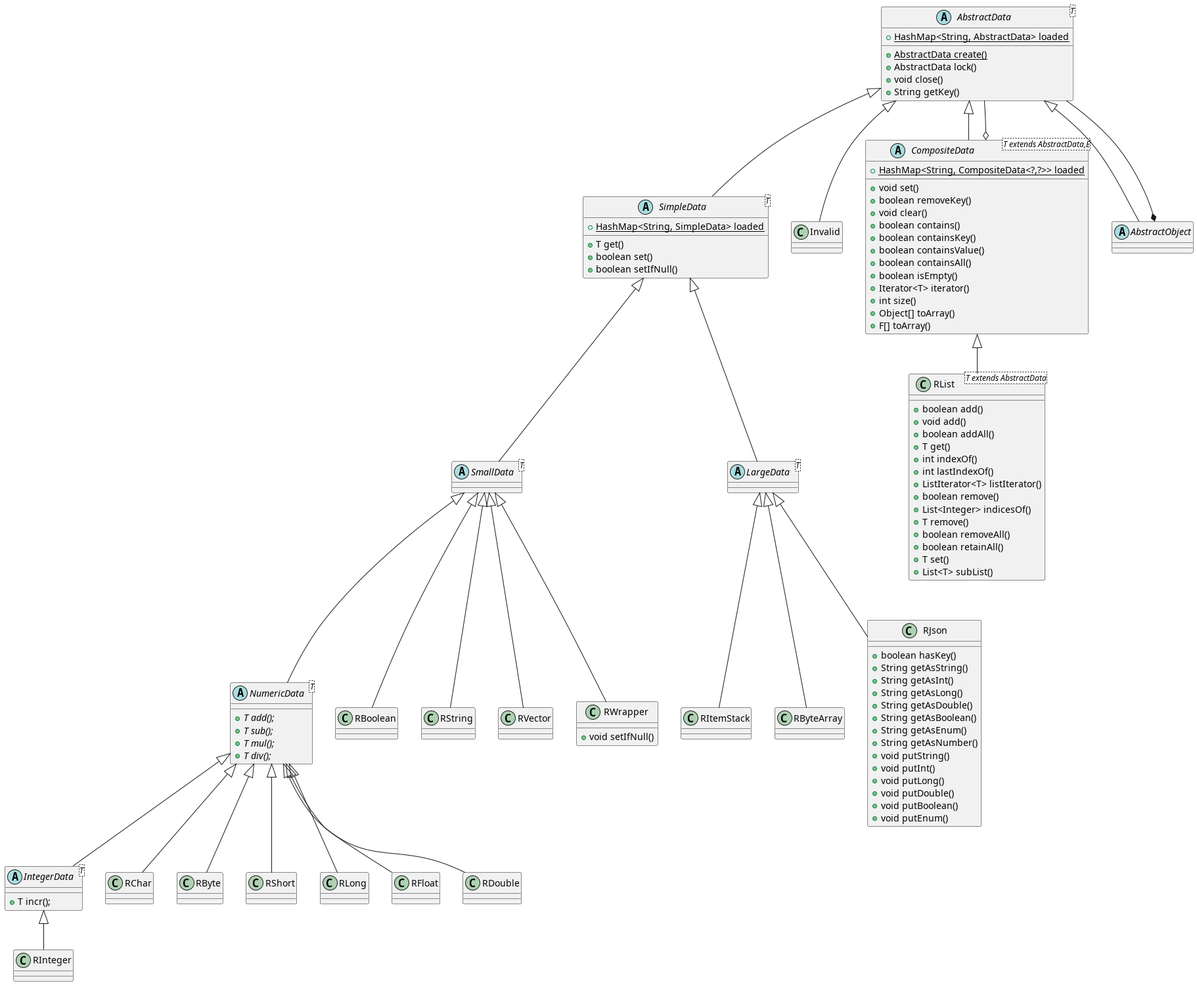
chrisb09/firecord keeps this PlantUML diagram as out/DataTypes/DataType.png. Above is the earlier version.
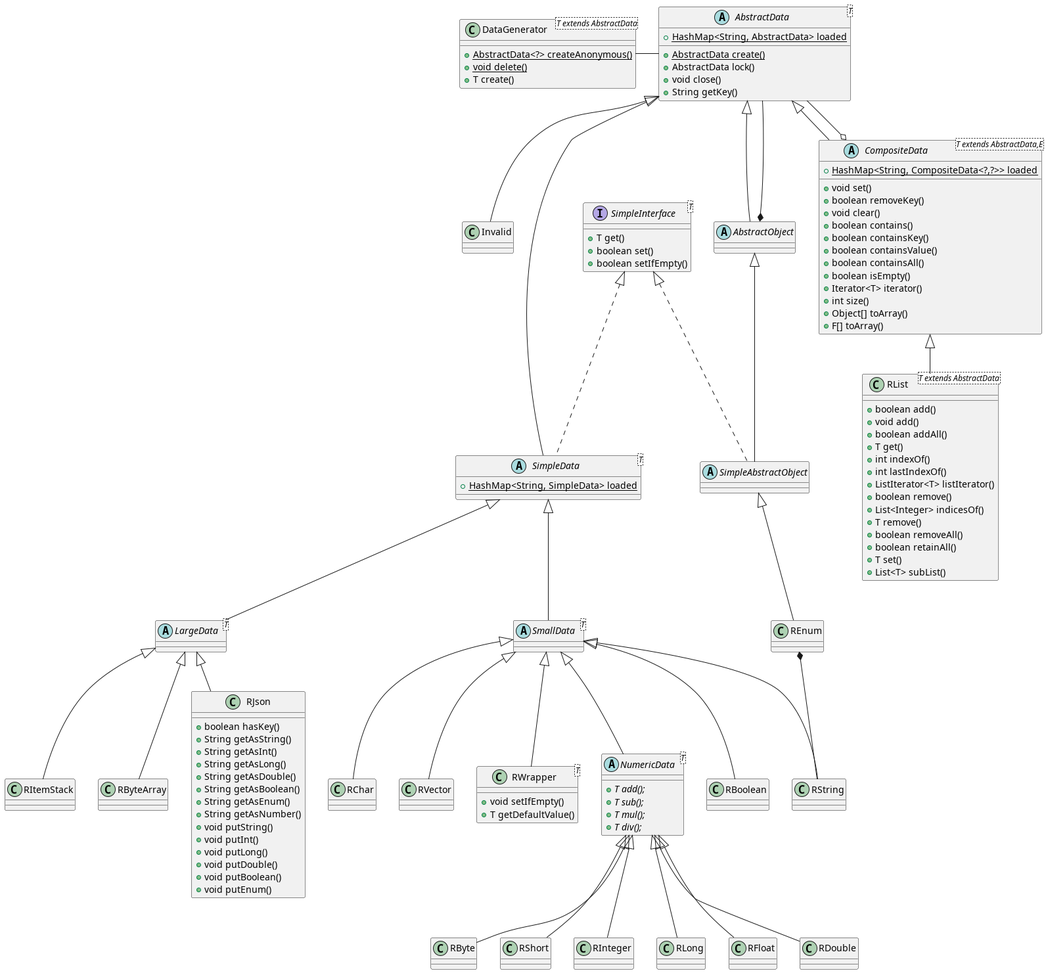
The same file after the commit.

Commit message:
update DataType Diagram

What changed in the source:
```diff
@@ -1,6 +1,12 @@
 @startuml DataType
 
 abstract AbstractData
+
+interface SimpleInterface<T> {
+    + T get()
+    + boolean set()
+    + boolean setIfEmpty()
+}
 
 abstract AbstractData <T> {
     + {static} HashMap<String, AbstractData> loaded
@@ -18,11 +24,8 @@
 
 }
 
-abstract SimpleData<T> extends AbstractData {
+abstract SimpleData<T> extends AbstractData implements SimpleInterface {
     + {static} HashMap<String, SimpleData> loaded
-    + T get()
-    + boolean set()
-    + boolean setIfNull()
 }
 
 class Invalid extends AbstractData {
@@ -36,15 +39,11 @@
     + {abstract} T div();
 }
 
-abstract IntegerData<T> extends NumericData {
-    + T incr();
-}
-
 class RBoolean extends SmallData {
 
 }
 
-class RChar extends NumericData {
+class RChar extends SmallData {
 
 }
 
@@ -56,8 +55,9 @@
 
 }
 
-class RWrapper extends SmallData {
-    + void setIfNull()
+class RWrapper<T> extends SmallData {
+    + void setIfEmpty()
+    + T getDefaultValue()
 }
 
 class RByte extends NumericData {
@@ -68,7 +68,7 @@
 
 }
 
-class RInteger extends IntegerData {
+class RInteger extends NumericData {
 
 }
 
@@ -153,6 +153,25 @@
 
 AbstractObject *-- AbstractData
 
+abstract SimpleAbstractObject extends AbstractObject implements SimpleInterface {
+
+}
+
+class REnum extends SimpleAbstractObject {
+
+}
+
+REnum *-- RString
+
+
+class DataGenerator<T extends AbstractData> {
+    + {static} AbstractData<?> createAnonymous()
+    + {static} void delete()
+    + T create()
+}
+
+DataGenerator - AbstractData
+
 
 
 @enduml
```
